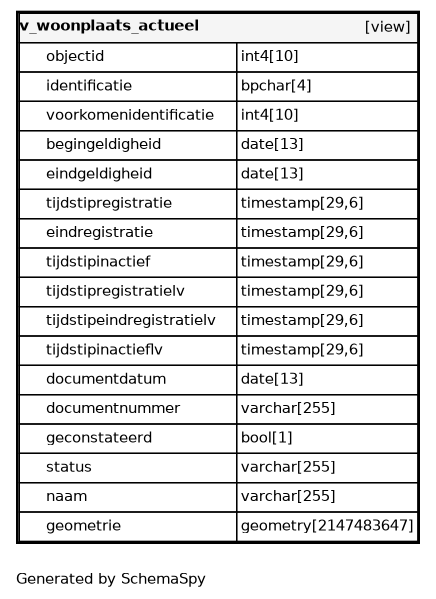
Earlier version of the Graphviz export datamodel/schemaspy/bag/diagrams/tables/v_woonplaats_actueel.1degree.png (B3Partners/brmo). Its source is kept beside it as datamodel/schemaspy/bag/diagrams/tables/v_woonplaats_actueel.1degree.dot.
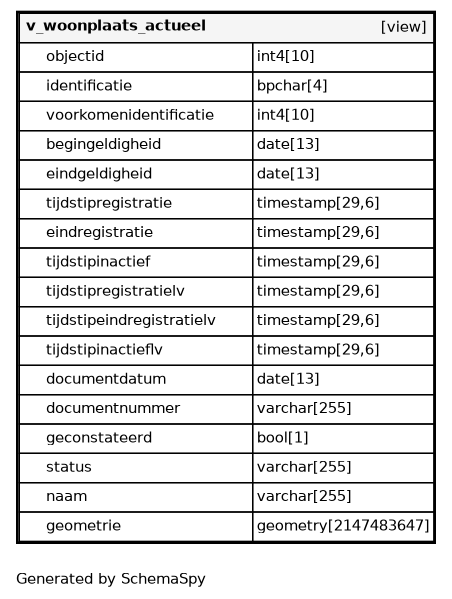
After the change.

Diff of the diagram source:
```diff
@@ -1,26 +1,26 @@
 digraph "oneDegreeRelationshipsDiagram" {
-  graph [    rankdir="RL"    bgcolor="#ffffff"    label="\nGenerated by SchemaSpy"    labeljust="l"    nodesep="0.18"    ranksep="0.46"    fontname="Helvetica"    fontsize="11"    ration="compress"  ];  node [    fontname="Helvetica"    fontsize="11"    shape="plaintext"  ];  edge [    arrowsize="0.8"  ];
+  graph [    rankdir="RL"    bgcolor="#ffffff"    label="\nGenerated by SchemaSpy"    labeljust="l"    nodesep="0.18"    ranksep="0.46"    fontname="Helvetica"    fontsize="11"    packmode="graph"  ];  node [    fontname="Helvetica"    fontsize="11"    shape="plaintext"  ];  edge [    arrowsize="0.8"  ];
   "v_woonplaats_actueel" [
    label=<
     <TABLE BORDER="2" CELLBORDER="1" CELLSPACING="0" BGCOLOR="#ffffff">
-      <TR><TD COLSPAN="4"  BGCOLOR="#f5f5f5"><TABLE BORDER="0" CELLSPACING="0"><TR><TD ALIGN="LEFT" FIXEDSIZE="TRUE" WIDTH="130" HEIGHT="16"><B>v_woonplaats_actueel</B></TD><TD ALIGN="RIGHT">[view]</TD></TR></TABLE></TD></TR>
-      <TR><TD PORT="objectid" COLSPAN="2" ALIGN="LEFT"><TABLE BORDER="0" CELLSPACING="0" ALIGN="LEFT"><TR ALIGN="LEFT"><TD ALIGN="LEFT" FIXEDSIZE="TRUE" WIDTH="15" HEIGHT="16"></TD><TD ALIGN="LEFT" FIXEDSIZE="TRUE" WIDTH="142" HEIGHT="16">objectid</TD></TR></TABLE></TD><TD PORT="objectid.type" ALIGN="LEFT">int4[10]</TD></TR>
-      <TR><TD PORT="identificatie" COLSPAN="2" ALIGN="LEFT"><TABLE BORDER="0" CELLSPACING="0" ALIGN="LEFT"><TR ALIGN="LEFT"><TD ALIGN="LEFT" FIXEDSIZE="TRUE" WIDTH="15" HEIGHT="16"></TD><TD ALIGN="LEFT" FIXEDSIZE="TRUE" WIDTH="142" HEIGHT="16">identificatie</TD></TR></TABLE></TD><TD PORT="identificatie.type" ALIGN="LEFT">bpchar[4]</TD></TR>
-      <TR><TD PORT="voorkomenidentificatie" COLSPAN="2" ALIGN="LEFT"><TABLE BORDER="0" CELLSPACING="0" ALIGN="LEFT"><TR ALIGN="LEFT"><TD ALIGN="LEFT" FIXEDSIZE="TRUE" WIDTH="15" HEIGHT="16"></TD><TD ALIGN="LEFT" FIXEDSIZE="TRUE" WIDTH="142" HEIGHT="16">voorkomenidentificatie</TD></TR></TABLE></TD><TD PORT="voorkomenidentificatie.type" ALIGN="LEFT">int4[10]</TD></TR>
-      <TR><TD PORT="begingeldigheid" COLSPAN="2" ALIGN="LEFT"><TABLE BORDER="0" CELLSPACING="0" ALIGN="LEFT"><TR ALIGN="LEFT"><TD ALIGN="LEFT" FIXEDSIZE="TRUE" WIDTH="15" HEIGHT="16"></TD><TD ALIGN="LEFT" FIXEDSIZE="TRUE" WIDTH="142" HEIGHT="16">begingeldigheid</TD></TR></TABLE></TD><TD PORT="begingeldigheid.type" ALIGN="LEFT">date[13]</TD></TR>
-      <TR><TD PORT="eindgeldigheid" COLSPAN="2" ALIGN="LEFT"><TABLE BORDER="0" CELLSPACING="0" ALIGN="LEFT"><TR ALIGN="LEFT"><TD ALIGN="LEFT" FIXEDSIZE="TRUE" WIDTH="15" HEIGHT="16"></TD><TD ALIGN="LEFT" FIXEDSIZE="TRUE" WIDTH="142" HEIGHT="16">eindgeldigheid</TD></TR></TABLE></TD><TD PORT="eindgeldigheid.type" ALIGN="LEFT">date[13]</TD></TR>
-      <TR><TD PORT="tijdstipregistratie" COLSPAN="2" ALIGN="LEFT"><TABLE BORDER="0" CELLSPACING="0" ALIGN="LEFT"><TR ALIGN="LEFT"><TD ALIGN="LEFT" FIXEDSIZE="TRUE" WIDTH="15" HEIGHT="16"></TD><TD ALIGN="LEFT" FIXEDSIZE="TRUE" WIDTH="142" HEIGHT="16">tijdstipregistratie</TD></TR></TABLE></TD><TD PORT="tijdstipregistratie.type" ALIGN="LEFT">timestamp[29,6]</TD></TR>
-      <TR><TD PORT="eindregistratie" COLSPAN="2" ALIGN="LEFT"><TABLE BORDER="0" CELLSPACING="0" ALIGN="LEFT"><TR ALIGN="LEFT"><TD ALIGN="LEFT" FIXEDSIZE="TRUE" WIDTH="15" HEIGHT="16"></TD><TD ALIGN="LEFT" FIXEDSIZE="TRUE" WIDTH="142" HEIGHT="16">eindregistratie</TD></TR></TABLE></TD><TD PORT="eindregistratie.type" ALIGN="LEFT">timestamp[29,6]</TD></TR>
-      <TR><TD PORT="tijdstipinactief" COLSPAN="2" ALIGN="LEFT"><TABLE BORDER="0" CELLSPACING="0" ALIGN="LEFT"><TR ALIGN="LEFT"><TD ALIGN="LEFT" FIXEDSIZE="TRUE" WIDTH="15" HEIGHT="16"></TD><TD ALIGN="LEFT" FIXEDSIZE="TRUE" WIDTH="142" HEIGHT="16">tijdstipinactief</TD></TR></TABLE></TD><TD PORT="tijdstipinactief.type" ALIGN="LEFT">timestamp[29,6]</TD></TR>
-      <TR><TD PORT="tijdstipregistratielv" COLSPAN="2" ALIGN="LEFT"><TABLE BORDER="0" CELLSPACING="0" ALIGN="LEFT"><TR ALIGN="LEFT"><TD ALIGN="LEFT" FIXEDSIZE="TRUE" WIDTH="15" HEIGHT="16"></TD><TD ALIGN="LEFT" FIXEDSIZE="TRUE" WIDTH="142" HEIGHT="16">tijdstipregistratielv</TD></TR></TABLE></TD><TD PORT="tijdstipregistratielv.type" ALIGN="LEFT">timestamp[29,6]</TD></TR>
-      <TR><TD PORT="tijdstipeindregistratielv" COLSPAN="2" ALIGN="LEFT"><TABLE BORDER="0" CELLSPACING="0" ALIGN="LEFT"><TR ALIGN="LEFT"><TD ALIGN="LEFT" FIXEDSIZE="TRUE" WIDTH="15" HEIGHT="16"></TD><TD ALIGN="LEFT" FIXEDSIZE="TRUE" WIDTH="142" HEIGHT="16">tijdstipeindregistratielv</TD></TR></TABLE></TD><TD PORT="tijdstipeindregistratielv.type" ALIGN="LEFT">timestamp[29,6]</TD></TR>
-      <TR><TD PORT="tijdstipinactieflv" COLSPAN="2" ALIGN="LEFT"><TABLE BORDER="0" CELLSPACING="0" ALIGN="LEFT"><TR ALIGN="LEFT"><TD ALIGN="LEFT" FIXEDSIZE="TRUE" WIDTH="15" HEIGHT="16"></TD><TD ALIGN="LEFT" FIXEDSIZE="TRUE" WIDTH="142" HEIGHT="16">tijdstipinactieflv</TD></TR></TABLE></TD><TD PORT="tijdstipinactieflv.type" ALIGN="LEFT">timestamp[29,6]</TD></TR>
-      <TR><TD PORT="documentdatum" COLSPAN="2" ALIGN="LEFT"><TABLE BORDER="0" CELLSPACING="0" ALIGN="LEFT"><TR ALIGN="LEFT"><TD ALIGN="LEFT" FIXEDSIZE="TRUE" WIDTH="15" HEIGHT="16"></TD><TD ALIGN="LEFT" FIXEDSIZE="TRUE" WIDTH="142" HEIGHT="16">documentdatum</TD></TR></TABLE></TD><TD PORT="documentdatum.type" ALIGN="LEFT">date[13]</TD></TR>
-      <TR><TD PORT="documentnummer" COLSPAN="2" ALIGN="LEFT"><TABLE BORDER="0" CELLSPACING="0" ALIGN="LEFT"><TR ALIGN="LEFT"><TD ALIGN="LEFT" FIXEDSIZE="TRUE" WIDTH="15" HEIGHT="16"></TD><TD ALIGN="LEFT" FIXEDSIZE="TRUE" WIDTH="142" HEIGHT="16">documentnummer</TD></TR></TABLE></TD><TD PORT="documentnummer.type" ALIGN="LEFT">varchar[255]</TD></TR>
-      <TR><TD PORT="geconstateerd" COLSPAN="2" ALIGN="LEFT"><TABLE BORDER="0" CELLSPACING="0" ALIGN="LEFT"><TR ALIGN="LEFT"><TD ALIGN="LEFT" FIXEDSIZE="TRUE" WIDTH="15" HEIGHT="16"></TD><TD ALIGN="LEFT" FIXEDSIZE="TRUE" WIDTH="142" HEIGHT="16">geconstateerd</TD></TR></TABLE></TD><TD PORT="geconstateerd.type" ALIGN="LEFT">bool[1]</TD></TR>
-      <TR><TD PORT="status" COLSPAN="2" ALIGN="LEFT"><TABLE BORDER="0" CELLSPACING="0" ALIGN="LEFT"><TR ALIGN="LEFT"><TD ALIGN="LEFT" FIXEDSIZE="TRUE" WIDTH="15" HEIGHT="16"></TD><TD ALIGN="LEFT" FIXEDSIZE="TRUE" WIDTH="142" HEIGHT="16">status</TD></TR></TABLE></TD><TD PORT="status.type" ALIGN="LEFT">varchar[255]</TD></TR>
-      <TR><TD PORT="naam" COLSPAN="2" ALIGN="LEFT"><TABLE BORDER="0" CELLSPACING="0" ALIGN="LEFT"><TR ALIGN="LEFT"><TD ALIGN="LEFT" FIXEDSIZE="TRUE" WIDTH="15" HEIGHT="16"></TD><TD ALIGN="LEFT" FIXEDSIZE="TRUE" WIDTH="142" HEIGHT="16">naam</TD></TR></TABLE></TD><TD PORT="naam.type" ALIGN="LEFT">varchar[255]</TD></TR>
-      <TR><TD PORT="geometrie" COLSPAN="2" ALIGN="LEFT"><TABLE BORDER="0" CELLSPACING="0" ALIGN="LEFT"><TR ALIGN="LEFT"><TD ALIGN="LEFT" FIXEDSIZE="TRUE" WIDTH="15" HEIGHT="16"></TD><TD ALIGN="LEFT" FIXEDSIZE="TRUE" WIDTH="142" HEIGHT="16">geometrie</TD></TR></TABLE></TD><TD PORT="geometrie.type" ALIGN="LEFT">geometry[2147483647]</TD></TR>
+      <TR><TD COLSPAN="4"  BGCOLOR="#f5f5f5"><TABLE BORDER="0" CELLSPACING="0"><TR><TD ALIGN="LEFT" FIXEDSIZE="TRUE" WIDTH="141" HEIGHT="16"><B>v_woonplaats_actueel</B></TD><TD ALIGN="RIGHT">[view]</TD></TR></TABLE></TD></TR>
+      <TR><TD PORT="objectid" COLSPAN="2" ALIGN="LEFT"><TABLE BORDER="0" CELLSPACING="0" ALIGN="LEFT"><TR ALIGN="LEFT"><TD ALIGN="LEFT" FIXEDSIZE="TRUE" WIDTH="15" HEIGHT="16"></TD><TD ALIGN="LEFT" FIXEDSIZE="TRUE" WIDTH="154" HEIGHT="16">objectid</TD></TR></TABLE></TD><TD PORT="objectid.type" ALIGN="LEFT">int4[10]</TD></TR>
+      <TR><TD PORT="identificatie" COLSPAN="2" ALIGN="LEFT"><TABLE BORDER="0" CELLSPACING="0" ALIGN="LEFT"><TR ALIGN="LEFT"><TD ALIGN="LEFT" FIXEDSIZE="TRUE" WIDTH="15" HEIGHT="16"></TD><TD ALIGN="LEFT" FIXEDSIZE="TRUE" WIDTH="154" HEIGHT="16">identificatie</TD></TR></TABLE></TD><TD PORT="identificatie.type" ALIGN="LEFT">bpchar[4]</TD></TR>
+      <TR><TD PORT="voorkomenidentificatie" COLSPAN="2" ALIGN="LEFT"><TABLE BORDER="0" CELLSPACING="0" ALIGN="LEFT"><TR ALIGN="LEFT"><TD ALIGN="LEFT" FIXEDSIZE="TRUE" WIDTH="15" HEIGHT="16"></TD><TD ALIGN="LEFT" FIXEDSIZE="TRUE" WIDTH="154" HEIGHT="16">voorkomenidentificatie</TD></TR></TABLE></TD><TD PORT="voorkomenidentificatie.type" ALIGN="LEFT">int4[10]</TD></TR>
+      <TR><TD PORT="begingeldigheid" COLSPAN="2" ALIGN="LEFT"><TABLE BORDER="0" CELLSPACING="0" ALIGN="LEFT"><TR ALIGN="LEFT"><TD ALIGN="LEFT" FIXEDSIZE="TRUE" WIDTH="15" HEIGHT="16"></TD><TD ALIGN="LEFT" FIXEDSIZE="TRUE" WIDTH="154" HEIGHT="16">begingeldigheid</TD></TR></TABLE></TD><TD PORT="begingeldigheid.type" ALIGN="LEFT">date[13]</TD></TR>
+      <TR><TD PORT="eindgeldigheid" COLSPAN="2" ALIGN="LEFT"><TABLE BORDER="0" CELLSPACING="0" ALIGN="LEFT"><TR ALIGN="LEFT"><TD ALIGN="LEFT" FIXEDSIZE="TRUE" WIDTH="15" HEIGHT="16"></TD><TD ALIGN="LEFT" FIXEDSIZE="TRUE" WIDTH="154" HEIGHT="16">eindgeldigheid</TD></TR></TABLE></TD><TD PORT="eindgeldigheid.type" ALIGN="LEFT">date[13]</TD></TR>
+      <TR><TD PORT="tijdstipregistratie" COLSPAN="2" ALIGN="LEFT"><TABLE BORDER="0" CELLSPACING="0" ALIGN="LEFT"><TR ALIGN="LEFT"><TD ALIGN="LEFT" FIXEDSIZE="TRUE" WIDTH="15" HEIGHT="16"></TD><TD ALIGN="LEFT" FIXEDSIZE="TRUE" WIDTH="154" HEIGHT="16">tijdstipregistratie</TD></TR></TABLE></TD><TD PORT="tijdstipregistratie.type" ALIGN="LEFT">timestamp[29,6]</TD></TR>
+      <TR><TD PORT="eindregistratie" COLSPAN="2" ALIGN="LEFT"><TABLE BORDER="0" CELLSPACING="0" ALIGN="LEFT"><TR ALIGN="LEFT"><TD ALIGN="LEFT" FIXEDSIZE="TRUE" WIDTH="15" HEIGHT="16"></TD><TD ALIGN="LEFT" FIXEDSIZE="TRUE" WIDTH="154" HEIGHT="16">eindregistratie</TD></TR></TABLE></TD><TD PORT="eindregistratie.type" ALIGN="LEFT">timestamp[29,6]</TD></TR>
+      <TR><TD PORT="tijdstipinactief" COLSPAN="2" ALIGN="LEFT"><TABLE BORDER="0" CELLSPACING="0" ALIGN="LEFT"><TR ALIGN="LEFT"><TD ALIGN="LEFT" FIXEDSIZE="TRUE" WIDTH="15" HEIGHT="16"></TD><TD ALIGN="LEFT" FIXEDSIZE="TRUE" WIDTH="154" HEIGHT="16">tijdstipinactief</TD></TR></TABLE></TD><TD PORT="tijdstipinactief.type" ALIGN="LEFT">timestamp[29,6]</TD></TR>
+      <TR><TD PORT="tijdstipregistratielv" COLSPAN="2" ALIGN="LEFT"><TABLE BORDER="0" CELLSPACING="0" ALIGN="LEFT"><TR ALIGN="LEFT"><TD ALIGN="LEFT" FIXEDSIZE="TRUE" WIDTH="15" HEIGHT="16"></TD><TD ALIGN="LEFT" FIXEDSIZE="TRUE" WIDTH="154" HEIGHT="16">tijdstipregistratielv</TD></TR></TABLE></TD><TD PORT="tijdstipregistratielv.type" ALIGN="LEFT">timestamp[29,6]</TD></TR>
+      <TR><TD PORT="tijdstipeindregistratielv" COLSPAN="2" ALIGN="LEFT"><TABLE BORDER="0" CELLSPACING="0" ALIGN="LEFT"><TR ALIGN="LEFT"><TD ALIGN="LEFT" FIXEDSIZE="TRUE" WIDTH="15" HEIGHT="16"></TD><TD ALIGN="LEFT" FIXEDSIZE="TRUE" WIDTH="154" HEIGHT="16">tijdstipeindregistratielv</TD></TR></TABLE></TD><TD PORT="tijdstipeindregistratielv.type" ALIGN="LEFT">timestamp[29,6]</TD></TR>
+      <TR><TD PORT="tijdstipinactieflv" COLSPAN="2" ALIGN="LEFT"><TABLE BORDER="0" CELLSPACING="0" ALIGN="LEFT"><TR ALIGN="LEFT"><TD ALIGN="LEFT" FIXEDSIZE="TRUE" WIDTH="15" HEIGHT="16"></TD><TD ALIGN="LEFT" FIXEDSIZE="TRUE" WIDTH="154" HEIGHT="16">tijdstipinactieflv</TD></TR></TABLE></TD><TD PORT="tijdstipinactieflv.type" ALIGN="LEFT">timestamp[29,6]</TD></TR>
+      <TR><TD PORT="documentdatum" COLSPAN="2" ALIGN="LEFT"><TABLE BORDER="0" CELLSPACING="0" ALIGN="LEFT"><TR ALIGN="LEFT"><TD ALIGN="LEFT" FIXEDSIZE="TRUE" WIDTH="15" HEIGHT="16"></TD><TD ALIGN="LEFT" FIXEDSIZE="TRUE" WIDTH="154" HEIGHT="16">documentdatum</TD></TR></TABLE></TD><TD PORT="documentdatum.type" ALIGN="LEFT">date[13]</TD></TR>
+      <TR><TD PORT="documentnummer" COLSPAN="2" ALIGN="LEFT"><TABLE BORDER="0" CELLSPACING="0" ALIGN="LEFT"><TR ALIGN="LEFT"><TD ALIGN="LEFT" FIXEDSIZE="TRUE" WIDTH="15" HEIGHT="16"></TD><TD ALIGN="LEFT" FIXEDSIZE="TRUE" WIDTH="154" HEIGHT="16">documentnummer</TD></TR></TABLE></TD><TD PORT="documentnummer.type" ALIGN="LEFT">varchar[255]</TD></TR>
+      <TR><TD PORT="geconstateerd" COLSPAN="2" ALIGN="LEFT"><TABLE BORDER="0" CELLSPACING="0" ALIGN="LEFT"><TR ALIGN="LEFT"><TD ALIGN="LEFT" FIXEDSIZE="TRUE" WIDTH="15" HEIGHT="16"></TD><TD ALIGN="LEFT" FIXEDSIZE="TRUE" WIDTH="154" HEIGHT="16">geconstateerd</TD></TR></TABLE></TD><TD PORT="geconstateerd.type" ALIGN="LEFT">bool[1]</TD></TR>
+      <TR><TD PORT="status" COLSPAN="2" ALIGN="LEFT"><TABLE BORDER="0" CELLSPACING="0" ALIGN="LEFT"><TR ALIGN="LEFT"><TD ALIGN="LEFT" FIXEDSIZE="TRUE" WIDTH="15" HEIGHT="16"></TD><TD ALIGN="LEFT" FIXEDSIZE="TRUE" WIDTH="154" HEIGHT="16">status</TD></TR></TABLE></TD><TD PORT="status.type" ALIGN="LEFT">varchar[255]</TD></TR>
+      <TR><TD PORT="naam" COLSPAN="2" ALIGN="LEFT"><TABLE BORDER="0" CELLSPACING="0" ALIGN="LEFT"><TR ALIGN="LEFT"><TD ALIGN="LEFT" FIXEDSIZE="TRUE" WIDTH="15" HEIGHT="16"></TD><TD ALIGN="LEFT" FIXEDSIZE="TRUE" WIDTH="154" HEIGHT="16">naam</TD></TR></TABLE></TD><TD PORT="naam.type" ALIGN="LEFT">varchar[255]</TD></TR>
+      <TR><TD PORT="geometrie" COLSPAN="2" ALIGN="LEFT"><TABLE BORDER="0" CELLSPACING="0" ALIGN="LEFT"><TR ALIGN="LEFT"><TD ALIGN="LEFT" FIXEDSIZE="TRUE" WIDTH="15" HEIGHT="16"></TD><TD ALIGN="LEFT" FIXEDSIZE="TRUE" WIDTH="154" HEIGHT="16">geometrie</TD></TR></TABLE></TD><TD PORT="geometrie.type" ALIGN="LEFT">geometry[2147483647]</TD></TR>
     </TABLE>>
     URL="v_woonplaats_actueel.html"
     target="_top"
```
